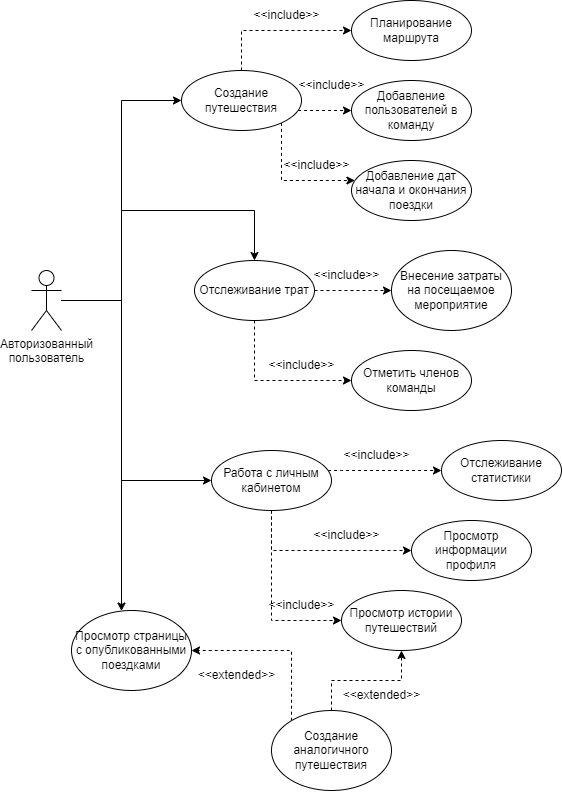
Earlier version of the draw.io export documentation/диаграммы/use case со стороны авторизованного пользователя.png (egoistique/TravelWithFriends). Source tidied: cells renumbered, new cells last; positions are measured from the earlier drawing's top-left corner, leaving out a move shared by most shapes.
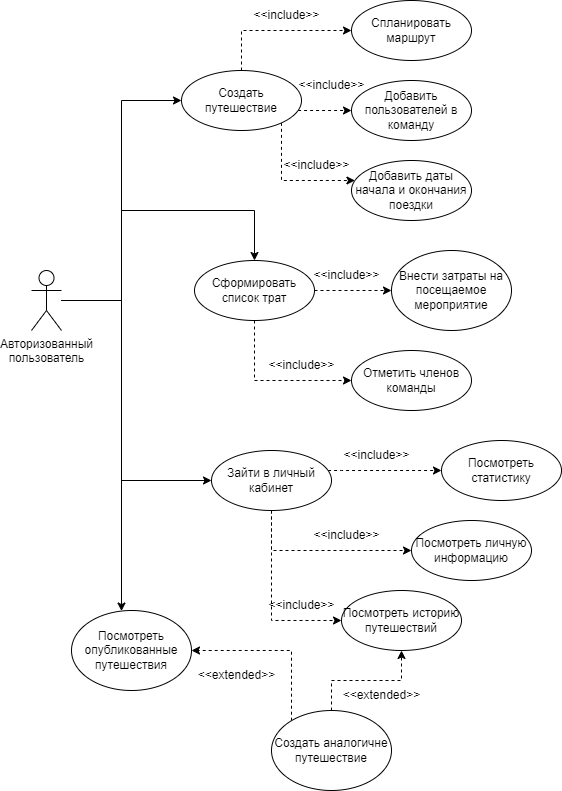
After the change.

Diff of the diagram source:
```diff
@@ -21,7 +21,7 @@
     <mxCell id="4" value="Авторизованный&lt;br&gt;пользователь" style="shape=umlActor;verticalLabelPosition=bottom;verticalAlign=top;html=1;outlineConnect=0;" parent="1" vertex="1">
       <mxGeometry y="270" width="30" height="60" as="geometry" />
     </mxCell>
-    <mxCell id="5" value="Просмотр страницы с опубликованными поездками" style="ellipse;whiteSpace=wrap;html=1;" parent="1" vertex="1">
+    <mxCell id="5" value="Посмотреть опубликованные путешествия" style="ellipse;whiteSpace=wrap;html=1;" parent="1" vertex="1">
       <mxGeometry x="40" y="610" width="120" height="80" as="geometry" />
     </mxCell>
     <mxCell id="6" style="edgeStyle=orthogonalEdgeStyle;rounded=0;jettySize=auto;html=1;dashed=1;" parent="1" edge="1" source="8" target="25">
@@ -34,7 +34,7 @@
         </Array>
       </mxGeometry>
     </mxCell>
-    <mxCell id="8" value="Отслеживание трат" style="ellipse;whiteSpace=wrap;html=1;" parent="1" vertex="1">
+    <mxCell id="8" value="Сформировать список трат" style="ellipse;whiteSpace=wrap;html=1;" parent="1" vertex="1">
       <mxGeometry x="163" y="260" width="120" height="60" as="geometry" />
     </mxCell>
     <mxCell id="9" style="edgeStyle=orthogonalEdgeStyle;rounded=0;jettySize=auto;html=1;dashed=1;" parent="1" edge="1" source="12" target="17">
@@ -59,7 +59,7 @@
         </Array>
       </mxGeometry>
     </mxCell>
-    <mxCell id="12" value="Создание путешествия" style="ellipse;whiteSpace=wrap;html=1;" parent="1" vertex="1">
+    <mxCell id="12" value="Создать путешествие" style="ellipse;whiteSpace=wrap;html=1;" parent="1" vertex="1">
       <mxGeometry x="150" y="70" width="120" height="60" as="geometry" />
     </mxCell>
     <mxCell id="13" style="rounded=0;jettySize=auto;html=1;edgeStyle=orthogonalEdgeStyle;" parent="1" edge="1" source="4" target="8">
@@ -78,13 +78,13 @@
         </Array>
       </mxGeometry>
     </mxCell>
-    <mxCell id="15" value="Добавление дат начала и окончания поездки" style="ellipse;whiteSpace=wrap;html=1;" parent="1" vertex="1">
+    <mxCell id="15" value="Добавить даты начала и окончания поездки" style="ellipse;whiteSpace=wrap;html=1;" parent="1" vertex="1">
       <mxGeometry x="320" y="160" width="120" height="60" as="geometry" />
     </mxCell>
-    <mxCell id="16" value="Добавление пользователей в команду" style="ellipse;whiteSpace=wrap;html=1;" parent="1" vertex="1">
+    <mxCell id="16" value="Добавить пользователей в команду" style="ellipse;whiteSpace=wrap;html=1;" parent="1" vertex="1">
       <mxGeometry x="320" y="80" width="120" height="60" as="geometry" />
     </mxCell>
-    <mxCell id="17" value="Планирование маршрута" style="ellipse;whiteSpace=wrap;html=1;" parent="1" vertex="1">
+    <mxCell id="17" value="Спланировать маршрут" style="ellipse;whiteSpace=wrap;html=1;" parent="1" vertex="1">
       <mxGeometry x="320" width="120" height="60" as="geometry" />
     </mxCell>
     <mxCell id="18" style="edgeStyle=orthogonalEdgeStyle;rounded=0;jettySize=auto;html=1;dashed=1;" parent="1" edge="1" source="20" target="5">
@@ -97,7 +97,7 @@
     <mxCell id="19" style="edgeStyle=orthogonalEdgeStyle;rounded=0;jettySize=auto;html=1;dashed=1;" parent="1" edge="1" source="20" target="27">
       <mxGeometry relative="1" as="geometry" />
     </mxCell>
-    <mxCell id="20" value="Создание аналогичного путешествия" style="ellipse;whiteSpace=wrap;html=1;" parent="1" vertex="1">
+    <mxCell id="20" value="Создать аналогичне путешествие" style="ellipse;whiteSpace=wrap;html=1;" parent="1" vertex="1">
       <mxGeometry x="240" y="710" width="120" height="80" as="geometry" />
     </mxCell>
     <mxCell id="21" style="edgeStyle=orthogonalEdgeStyle;rounded=0;jettySize=auto;html=1;dashed=1;" parent="1" edge="1" source="24" target="27">
@@ -122,22 +122,22 @@
         </Array>
       </mxGeometry>
     </mxCell>
-    <mxCell id="24" value="Работа с личным кабинетом" style="ellipse;whiteSpace=wrap;html=1;" parent="1" vertex="1">
+    <mxCell id="24" value="Зайти в личный кабинет" style="ellipse;whiteSpace=wrap;html=1;" parent="1" vertex="1">
       <mxGeometry x="180" y="450" width="120" height="60" as="geometry" />
     </mxCell>
-    <mxCell id="25" value="Внесение затраты на посещаемое мероприятие" style="ellipse;whiteSpace=wrap;html=1;" parent="1" vertex="1">
+    <mxCell id="25" value="Внести затраты на посещаемое мероприятие" style="ellipse;whiteSpace=wrap;html=1;" parent="1" vertex="1">
       <mxGeometry x="360" y="250" width="120" height="80" as="geometry" />
     </mxCell>
     <mxCell id="26" value="Отметить членов команды" style="ellipse;whiteSpace=wrap;html=1;" parent="1" vertex="1">
       <mxGeometry x="320" y="350" width="120" height="60" as="geometry" />
     </mxCell>
-    <mxCell id="27" value="Просмотр истории путешествий" style="ellipse;whiteSpace=wrap;html=1;" parent="1" vertex="1">
+    <mxCell id="27" value="Посмотреть историю путешествий" style="ellipse;whiteSpace=wrap;html=1;" parent="1" vertex="1">
       <mxGeometry x="310" y="590" width="120" height="60" as="geometry" />
     </mxCell>
-    <mxCell id="28" value="Отслеживание статистики" style="ellipse;whiteSpace=wrap;html=1;" parent="1" vertex="1">
+    <mxCell id="28" value="Посмотреть статистику" style="ellipse;whiteSpace=wrap;html=1;" parent="1" vertex="1">
       <mxGeometry x="410" y="440" width="120" height="60" as="geometry" />
     </mxCell>
-    <mxCell id="29" value="Просмотр информации профиля" style="ellipse;whiteSpace=wrap;html=1;" parent="1" vertex="1">
+    <mxCell id="29" value="Посмотреть личную информацию" style="ellipse;whiteSpace=wrap;html=1;" parent="1" vertex="1">
       <mxGeometry x="380" y="520" width="120" height="60" as="geometry" />
     </mxCell>
     <mxCell id="30" value="&amp;lt;&amp;lt;extended&amp;gt;&amp;gt;" style="text;html=1;align=center;verticalAlign=middle;strokeColor=none;fillColor=none;" parent="1" vertex="1">
```
